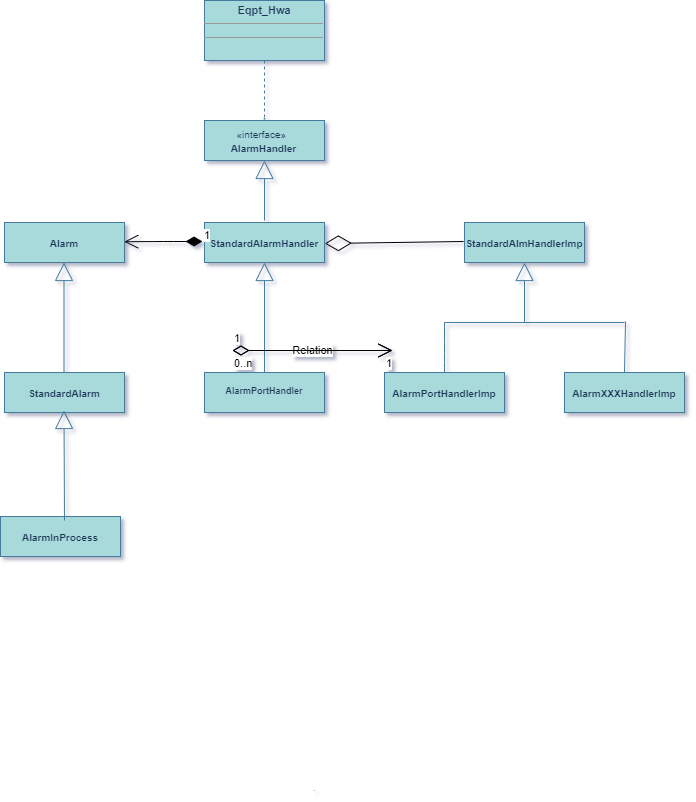
Steve888888/FN-Redundancy keeps this draw.io diagram as UML/AlarmPortHandler.png. Above is the earlier version. Source tidied: cells renumbered, new cells last; positions are measured from the earlier drawing's top-left corner, leaving out a move shared by most shapes.
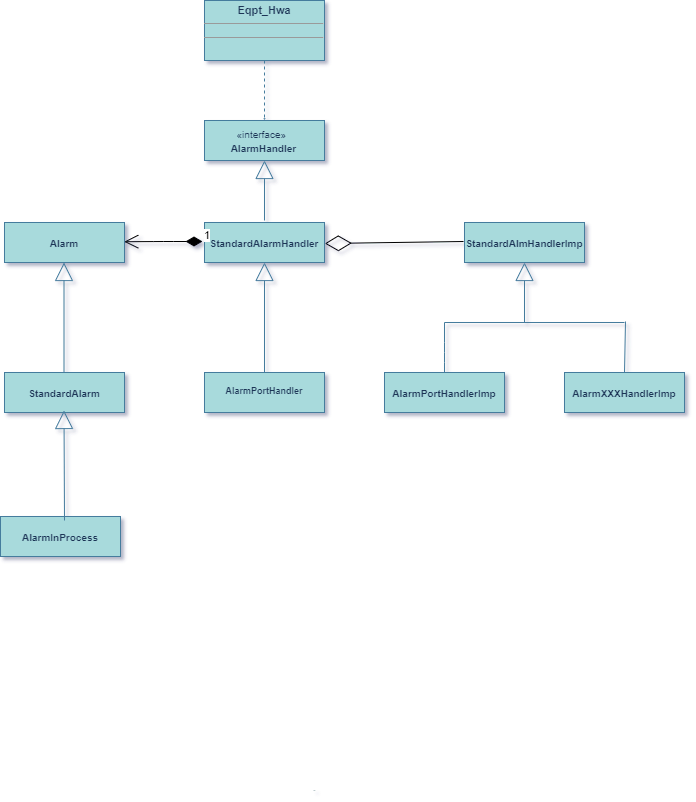
The same diagram one commit later.

The edit, as a diff of the source:
```diff
@@ -105,24 +105,6 @@
     <mxCell id="26" style="endArrow=diamondThin;endFill=0;endSize=24;html=1;entryX=1.003;entryY=0.525;entryDx=0;entryDy=0;entryPerimeter=0;exitX=-0.008;exitY=0.475;exitDx=0;exitDy=0;exitPerimeter=0;" parent="1" edge="1" source="3" target="24">
       <mxGeometry relative="1" as="geometry" />
     </mxCell>
-    <mxCell id="27" value="Relation" style="endArrow=open;html=1;endSize=12;startArrow=diamondThin;startSize=14;startFill=0;edgeStyle=orthogonalEdgeStyle;" parent="1" edge="1">
-      <mxGeometry relative="1" as="geometry">
-        <mxPoint x="232" y="350" as="sourcePoint" />
-        <mxPoint x="392" y="350" as="targetPoint" />
-      </mxGeometry>
-    </mxCell>
-    <mxCell id="28" value="0..n" style="edgeLabel;html=1;align=left;verticalAlign=top;" parent="27" vertex="1">
-      <mxGeometry x="-1" relative="1" as="geometry" />
-    </mxCell>
-    <mxCell id="29" value="1" style="edgeLabel;html=1;align=right;verticalAlign=top;" parent="27" vertex="1">
-      <mxGeometry x="1" relative="1" as="geometry" />
-    </mxCell>
-    <mxCell id="30" value="1" style="endArrow=open;html=1;endSize=12;startArrow=diamondThin;startSize=14;startFill=0;edgeStyle=orthogonalEdgeStyle;align=left;verticalAlign=bottom;" parent="1" edge="1">
-      <mxGeometry x="-1" y="3" relative="1" as="geometry">
-        <mxPoint x="232" y="350" as="sourcePoint" />
-        <mxPoint x="392" y="350" as="targetPoint" />
-      </mxGeometry>
-    </mxCell>
     <mxCell id="31" value="1" style="endArrow=open;html=1;endSize=12;startArrow=diamondThin;startSize=14;startFill=1;edgeStyle=orthogonalEdgeStyle;align=left;verticalAlign=bottom;entryX=0.998;entryY=0.481;entryDx=0;entryDy=0;entryPerimeter=0;" parent="1" edge="1" target="20">
       <mxGeometry x="-1" y="3" relative="1" as="geometry">
         <mxPoint x="202" y="241" as="sourcePoint" />
```
